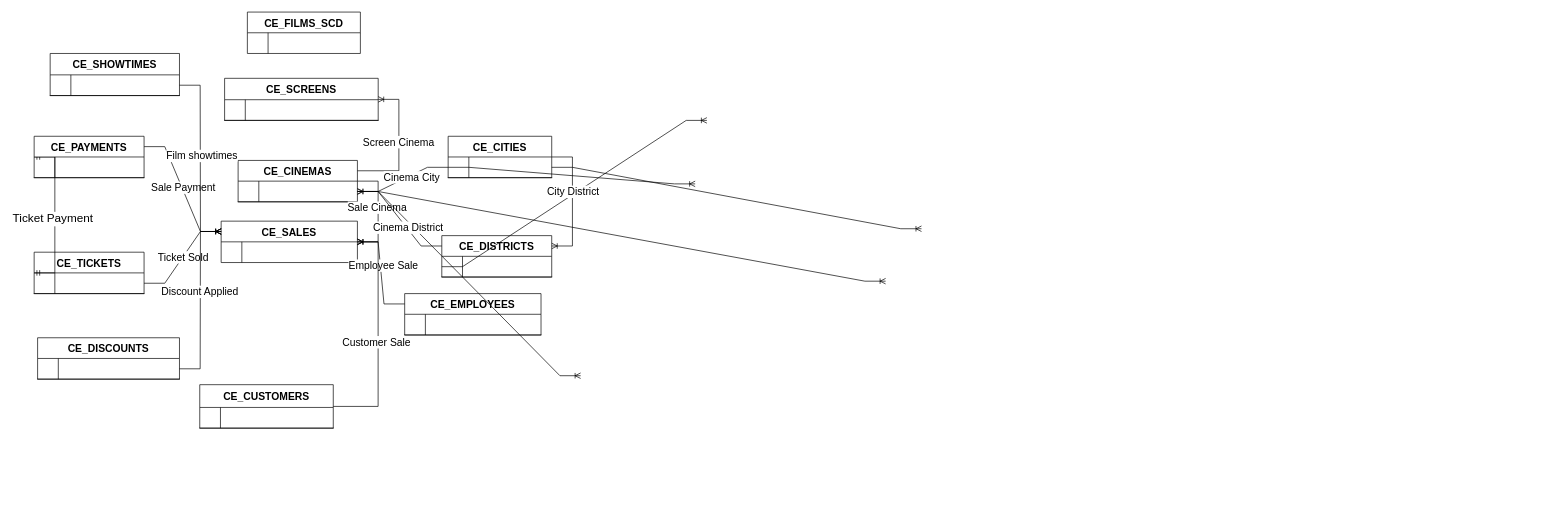
Before: Untitled Diagram.drawio in GiorgiEz/DB-modeling, a draw.io diagram. Source tidied: cells renumbered, new cells numbered last; positions are measured from the earlier drawing's top-left corner, leaving out a move shared by most shapes. Both pictures are drawn from the tidied source at 69%, with x=0, y=0 at pixel (-92, -3).
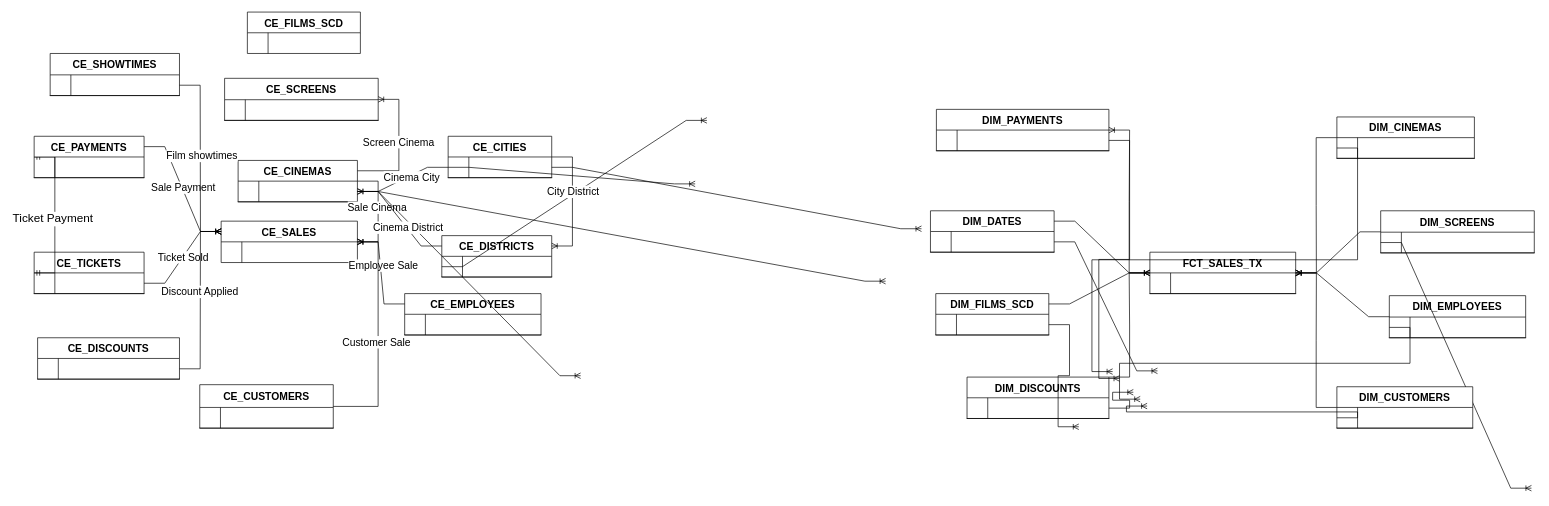
The same diagram, later.

Change to the diagram source:
```diff
@@
+    <mxCell id="79" value="DIM_FILMS_SCD" style="shape=table;startSize=30;childLayout=tableLayout;rowLines=0;fontStyle=1;align=center;fontSize=15;" parent="1" vertex="1">
+      <mxGeometry x="1488.7" y="430" width="163.8" height="60" as="geometry" />
+    </mxCell>
+    <mxCell id="80" style="shape=partialRectangle;fillColor=none;points=[[0,0.5],[1,0.5]];portConstraint=eastwest;top=0;left=0;right=0;bottom=1;" parent="79" vertex="1">
+      <mxGeometry y="30" width="163.8" height="30" as="geometry" />
+    </mxCell>
+    <mxCell id="81" style="shape=partialRectangle;overflow=hidden;fillColor=none;top=0;left=0;bottom=0;right=0;fontStyle=1;" parent="80" vertex="1">
+      <mxGeometry width="30" height="30" as="geometry" />
+    </mxCell>
+    <mxCell id="82" style="shape=partialRectangle;overflow=hidden;fillColor=none;top=0;left=0;bottom=0;right=0;align=left;spacingLeft=6;fontStyle=5;" parent="80" vertex="1">
+      <mxGeometry x="30" width="133.8" height="30" as="geometry" />
+    </mxCell>
+    <mxCell id="83" value="DIM_CINEMAS" style="shape=table;startSize=30;childLayout=tableLayout;rowLines=0;fontStyle=1;align=center;fontSize=15;" parent="1" vertex="1">
+      <mxGeometry x="2070" y="174" width="199.3" height="60" as="geometry" />
+    </mxCell>
+    <mxCell id="84" style="shape=partialRectangle;fillColor=none;points=[[0,0.5],[1,0.5]];portConstraint=eastwest;top=0;left=0;right=0;bottom=1;" parent="83" vertex="1">
+      <mxGeometry y="30" width="199.3" height="30" as="geometry" />
+    </mxCell>
+    <mxCell id="85" style="shape=partialRectangle;overflow=hidden;fillColor=none;top=0;left=0;bottom=0;right=0;fontStyle=1;" parent="84" vertex="1">
+      <mxGeometry width="30" height="30" as="geometry" />
+    </mxCell>
+    <mxCell id="86" style="shape=partialRectangle;overflow=hidden;fillColor=none;top=0;left=0;bottom=0;right=0;align=left;spacingLeft=6;fontStyle=5;" parent="84" vertex="1">
+      <mxGeometry x="30" width="169.3" height="30" as="geometry" />
+    </mxCell>
+    <mxCell id="87" value="DIM_DATES" style="shape=table;startSize=30;childLayout=tableLayout;rowLines=0;fontStyle=1;align=center;fontSize=15;" parent="1" vertex="1">
+      <mxGeometry x="1481" y="310" width="179.2" height="60" as="geometry" />
+    </mxCell>
+    <mxCell id="88" style="shape=partialRectangle;fillColor=none;points=[[0,0.5],[1,0.5]];portConstraint=eastwest;top=0;left=0;right=0;bottom=1;" parent="87" vertex="1">
+      <mxGeometry y="30" width="179.2" height="30" as="geometry" />
+    </mxCell>
+    <mxCell id="89" style="shape=partialRectangle;overflow=hidden;fillColor=none;top=0;left=0;bottom=0;right=0;fontStyle=1;" parent="88" vertex="1">
+      <mxGeometry width="30" height="30" as="geometry" />
+    </mxCell>
+    <mxCell id="90" style="shape=partialRectangle;overflow=hidden;fillColor=none;top=0;left=0;bottom=0;right=0;align=left;spacingLeft=6;fontStyle=5;" parent="88" vertex="1">
+      <mxGeometry x="30" width="149.2" height="30" as="geometry" />
+    </mxCell>
+    <mxCell id="91" value="DIM_SCREENS" style="shape=table;startSize=31;childLayout=tableLayout;rowLines=0;fontStyle=1;align=center;fontSize=15;" parent="1" vertex="1">
+      <mxGeometry x="2133.5" y="310" width="222.6" height="61" as="geometry" />
+    </mxCell>
+    <mxCell id="92" style="shape=partialRectangle;fillColor=none;points=[[0,0.5],[1,0.5]];portConstraint=eastwest;top=0;left=0;right=0;bottom=1;" parent="91" vertex="1">
+      <mxGeometry y="31" width="222.6" height="30" as="geometry" />
+    </mxCell>
+    <mxCell id="93" style="shape=partialRectangle;overflow=hidden;fillColor=none;top=0;left=0;bottom=0;right=0;fontStyle=1;" parent="92" vertex="1">
+      <mxGeometry width="30" height="30" as="geometry" />
+    </mxCell>
+    <mxCell id="94" style="shape=partialRectangle;overflow=hidden;fillColor=none;top=0;left=0;bottom=0;right=0;align=left;spacingLeft=6;fontStyle=5;" parent="92" vertex="1">
+      <mxGeometry x="30" width="192.6" height="30" as="geometry" />
+    </mxCell>
+    <mxCell id="95" value="DIM_DISCOUNTS" style="shape=table;startSize=30;childLayout=tableLayout;rowLines=0;fontStyle=1;align=center;fontSize=15;" parent="1" vertex="1">
+      <mxGeometry x="1534" y="551" width="205.6" height="60" as="geometry" />
+    </mxCell>
+    <mxCell id="96" style="shape=partialRectangle;fillColor=none;points=[[0,0.5],[1,0.5]];portConstraint=eastwest;top=0;left=0;right=0;bottom=1;" parent="95" vertex="1">
+      <mxGeometry y="30" width="205.6" height="30" as="geometry" />
+    </mxCell>
+    <mxCell id="97" style="shape=partialRectangle;overflow=hidden;fillColor=none;top=0;left=0;bottom=0;right=0;fontStyle=1;" parent="96" vertex="1">
+      <mxGeometry width="30" height="30" as="geometry" />
+    </mxCell>
+    <mxCell id="98" style="shape=partialRectangle;overflow=hidden;fillColor=none;top=0;left=0;bottom=0;right=0;align=left;spacingLeft=6;fontStyle=5;" parent="96" vertex="1">
+      <mxGeometry x="30" width="175.6" height="30" as="geometry" />
+    </mxCell>
+    <mxCell id="99" value="DIM_PAYMENTS" style="shape=table;startSize=30;childLayout=tableLayout;rowLines=0;fontStyle=1;align=center;fontSize=15;" parent="1" vertex="1">
+      <mxGeometry x="1489.6" y="163" width="250" height="60" as="geometry" />
+    </mxCell>
+    <mxCell id="100" style="shape=partialRectangle;fillColor=none;points=[[0,0.5],[1,0.5]];portConstraint=eastwest;top=0;left=0;right=0;bottom=1;" parent="99" vertex="1">
+      <mxGeometry y="30" width="250" height="30" as="geometry" />
+    </mxCell>
+    <mxCell id="101" style="shape=partialRectangle;overflow=hidden;fillColor=none;top=0;left=0;bottom=0;right=0;fontStyle=1;" parent="100" vertex="1">
+      <mxGeometry width="30" height="30" as="geometry" />
+    </mxCell>
+    <mxCell id="102" style="shape=partialRectangle;overflow=hidden;fillColor=none;top=0;left=0;bottom=0;right=0;align=left;spacingLeft=6;fontStyle=5;" parent="100" vertex="1">
+      <mxGeometry x="30" width="220" height="30" as="geometry" />
+    </mxCell>
+    <mxCell id="103" value="DIM_EMPLOYEES" style="shape=table;startSize=31;childLayout=tableLayout;rowLines=0;fontStyle=1;align=center;fontSize=15;" parent="1" vertex="1">
+      <mxGeometry x="2146" y="433" width="197.6" height="61" as="geometry" />
+    </mxCell>
+    <mxCell id="104" style="shape=partialRectangle;fillColor=none;points=[[0,0.5],[1,0.5]];portConstraint=eastwest;top=0;left=0;right=0;bottom=1;" parent="103" vertex="1">
+      <mxGeometry y="31" width="197.6" height="30" as="geometry" />
+    </mxCell>
+    <mxCell id="105" style="shape=partialRectangle;overflow=hidden;fillColor=none;top=0;left=0;bottom=0;right=0;fontStyle=1;" parent="104" vertex="1">
+      <mxGeometry width="30" height="30" as="geometry" />
+    </mxCell>
+    <mxCell id="106" style="shape=partialRectangle;overflow=hidden;fillColor=none;top=0;left=0;bottom=0;right=0;align=left;spacingLeft=6;fontStyle=5;" parent="104" vertex="1">
+      <mxGeometry x="30" width="167.6" height="30" as="geometry" />
+    </mxCell>
+    <mxCell id="107" value="FCT_SALES_TX" style="shape=table;startSize=30;childLayout=tableLayout;rowLines=0;fontStyle=1;align=center;fontSize=15;" parent="1" vertex="1">
+      <mxGeometry x="1799" y="370" width="211.3" height="60" as="geometry" />
+    </mxCell>
+    <mxCell id="108" style="shape=partialRectangle;fillColor=none;top=0;left=0;right=0;bottom=1;" parent="107" vertex="1">
+      <mxGeometry y="30" width="211.3" height="30" as="geometry" />
+    </mxCell>
+    <mxCell id="109" style="shape=partialRectangle;overflow=hidden;fillColor=none;top=0;left=0;bottom=0;right=0;fontStyle=1;" parent="108" vertex="1">
+      <mxGeometry width="30" height="30" as="geometry" />
+    </mxCell>
+    <mxCell id="110" style="shape=partialRectangle;overflow=hidden;fillColor=none;top=0;left=0;bottom=0;right=0;align=left;spacingLeft=6;fontStyle=5;" parent="108" vertex="1">
+      <mxGeometry x="30" width="181.3" height="30" as="geometry" />
+    </mxCell>
+    <mxCell id="111" style="edgeStyle=entityRelationEdgeStyle;fontSize=12;html=1;endArrow=ERoneToMany;rounded=0;exitX=1;exitY=0.5;exitDx=0;exitDy=0;" parent="1" edge="1" source="80">
+      <mxGeometry relative="1" as="geometry">
+        <mxPoint x="1696" y="623" as="targetPoint" />
+        <Array as="points">
+          <mxPoint x="1601" y="633" />
+        </Array>
+      </mxGeometry>
+    </mxCell>
+    <mxCell id="112" style="edgeStyle=entityRelationEdgeStyle;fontSize=12;html=1;endArrow=ERoneToMany;rounded=0;entryX=1;entryY=0.5;entryDx=0;entryDy=0;exitX=0;exitY=0.5;exitDx=0;exitDy=0;" parent="1" edge="1" source="84">
+      <mxGeometry relative="1" as="geometry">
+        <mxPoint x="1745" y="543" as="targetPoint" />
+        <Array as="points">
+          <mxPoint x="1611" y="643" />
+          <mxPoint x="1675" y="678" />
+          <mxPoint x="1590" y="651" />
+          <mxPoint x="1589" y="648" />
+        </Array>
+      </mxGeometry>
+    </mxCell>
+    <mxCell id="113" style="edgeStyle=entityRelationEdgeStyle;fontSize=12;html=1;endArrow=ERoneToMany;rounded=0;entryX=1;entryY=0.5;entryDx=0;entryDy=0;exitX=1;exitY=0.5;exitDx=0;exitDy=0;" parent="1" edge="1" source="100">
+      <mxGeometry relative="1" as="geometry">
+        <mxPoint x="1755" y="553" as="targetPoint" />
+        <Array as="points">
+          <mxPoint x="1621" y="653" />
+          <mxPoint x="1685" y="688" />
+          <mxPoint x="1600" y="661" />
+          <mxPoint x="1599" y="658" />
+        </Array>
+      </mxGeometry>
+    </mxCell>
+    <mxCell id="114" style="edgeStyle=entityRelationEdgeStyle;fontSize=12;html=1;endArrow=ERoneToMany;rounded=0;entryX=0;entryY=0.5;entryDx=0;entryDy=0;exitX=1;exitY=0.5;exitDx=0;exitDy=0;" parent="1" edge="1" source="96">
+      <mxGeometry relative="1" as="geometry">
+        <mxPoint x="1775" y="573" as="targetPoint" />
+        <Array as="points">
+          <mxPoint x="1641" y="673" />
+          <mxPoint x="1525" y="724" />
+          <mxPoint x="1705" y="708" />
+          <mxPoint x="1620" y="681" />
+          <mxPoint x="1619" y="678" />
+        </Array>
+      </mxGeometry>
+    </mxCell>
+    <mxCell id="115" style="edgeStyle=entityRelationEdgeStyle;fontSize=12;html=1;endArrow=ERoneToMany;rounded=0;entryX=1;entryY=0.5;entryDx=0;entryDy=0;exitX=0;exitY=0.5;exitDx=0;exitDy=0;" parent="1" edge="1" source="104">
+      <mxGeometry relative="1" as="geometry">
+        <mxPoint x="1785" y="583" as="targetPoint" />
+        <Array as="points">
+          <mxPoint x="1630" y="691" />
+          <mxPoint x="1629" y="688" />
+        </Array>
+      </mxGeometry>
+    </mxCell>
+    <mxCell id="116" style="edgeStyle=entityRelationEdgeStyle;fontSize=12;html=1;endArrow=ERoneToMany;rounded=0;entryX=1;entryY=0.5;entryDx=0;entryDy=0;exitX=0;exitY=0.5;exitDx=0;exitDy=0;" parent="1" edge="1" source="120">
+      <mxGeometry relative="1" as="geometry">
+        <mxPoint x="1795" y="593" as="targetPoint" />
+        <Array as="points">
+          <mxPoint x="1661" y="693" />
+          <mxPoint x="1725" y="728" />
+          <mxPoint x="1640" y="701" />
+          <mxPoint x="1639" y="698" />
+        </Array>
+      </mxGeometry>
+    </mxCell>
+    <mxCell id="117" style="edgeStyle=entityRelationEdgeStyle;fontSize=12;html=1;endArrow=ERoneToMany;rounded=0;entryX=1;entryY=0.5;entryDx=0;entryDy=0;exitX=0;exitY=0.5;exitDx=0;exitDy=0;" parent="1" edge="1" source="92">
+      <mxGeometry relative="1" as="geometry">
+        <mxPoint x="2352" y="712" as="targetPoint" />
+        <Array as="points">
+          <mxPoint x="1661" y="693" />
+          <mxPoint x="2511" y="678" />
+          <mxPoint x="1725" y="728" />
+          <mxPoint x="1640" y="701" />
+          <mxPoint x="1639" y="698" />
+        </Array>
+      </mxGeometry>
+    </mxCell>
+    <mxCell id="118" style="edgeStyle=entityRelationEdgeStyle;fontSize=12;html=1;endArrow=ERoneToMany;rounded=0;entryX=0;entryY=0.5;entryDx=0;entryDy=0;exitX=1;exitY=0.5;exitDx=0;exitDy=0;" parent="1" edge="1" source="88">
+      <mxGeometry relative="1" as="geometry">
+        <mxPoint x="1810" y="542" as="targetPoint" />
+        <Array as="points">
+          <mxPoint x="1611" y="643" />
+          <mxPoint x="1675" y="674" />
+          <mxPoint x="1675" y="678" />
+          <mxPoint x="1590" y="651" />
+          <mxPoint x="1589" y="648" />
+        </Array>
+      </mxGeometry>
+    </mxCell>
+    <mxCell id="119" value="DIM_CUSTOMERS" style="shape=table;startSize=30;childLayout=tableLayout;rowLines=0;fontStyle=1;align=center;fontSize=15;" parent="1" vertex="1">
+      <mxGeometry x="2070" y="565" width="196.9" height="60" as="geometry" />
+    </mxCell>
+    <mxCell id="120" style="shape=partialRectangle;fillColor=none;points=[[0,0.5],[1,0.5]];portConstraint=eastwest;top=0;left=0;right=0;bottom=1;" parent="119" vertex="1">
+      <mxGeometry y="30" width="196.9" height="30" as="geometry" />
+    </mxCell>
+    <mxCell id="121" style="shape=partialRectangle;overflow=hidden;fillColor=none;top=0;left=0;bottom=0;right=0;fontStyle=1;" parent="120" vertex="1">
+      <mxGeometry width="30" height="30" as="geometry" />
+    </mxCell>
+    <mxCell id="122" style="shape=partialRectangle;overflow=hidden;fillColor=none;top=0;left=0;bottom=0;right=0;align=left;spacingLeft=6;fontStyle=5;" parent="120" vertex="1">
+      <mxGeometry x="30" width="166.9" height="30" as="geometry" />
+    </mxCell>
+    <mxCell id="123" style="edgeStyle=entityRelationEdgeStyle;fontSize=12;html=1;endArrow=ERoneToMany;rounded=0;exitX=1;exitY=0.25;exitDx=0;exitDy=0;" parent="1" edge="1" source="87" target="107">
+      <mxGeometry relative="1" as="geometry">
+        <Array as="points">
+          <mxPoint x="233" y="480" />
+          <mxPoint x="297" y="511" />
+          <mxPoint x="297" y="515" />
+          <mxPoint x="212" y="488" />
+          <mxPoint x="211" y="485" />
+        </Array>
+      </mxGeometry>
+    </mxCell>
+    <mxCell id="124" style="edgeStyle=entityRelationEdgeStyle;fontSize=12;html=1;endArrow=ERoneToMany;rounded=0;exitX=1;exitY=0.25;exitDx=0;exitDy=0;" parent="1" edge="1" source="79" target="107">
+      <mxGeometry relative="1" as="geometry">
+        <Array as="points">
+          <mxPoint x="243" y="490" />
+          <mxPoint x="307" y="521" />
+          <mxPoint x="307" y="525" />
+          <mxPoint x="222" y="498" />
+          <mxPoint x="221" y="495" />
+        </Array>
+      </mxGeometry>
+    </mxCell>
+    <mxCell id="125" style="edgeStyle=entityRelationEdgeStyle;fontSize=12;html=1;endArrow=ERoneToMany;rounded=0;exitX=1;exitY=0;exitDx=0;exitDy=0;" parent="1" edge="1" source="95" target="107">
+      <mxGeometry relative="1" as="geometry">
+        <Array as="points">
+          <mxPoint x="253" y="500" />
+          <mxPoint x="317" y="531" />
+          <mxPoint x="317" y="535" />
+          <mxPoint x="232" y="508" />
+          <mxPoint x="231" y="505" />
+        </Array>
+      </mxGeometry>
+    </mxCell>
+    <mxCell id="126" style="edgeStyle=entityRelationEdgeStyle;fontSize=12;html=1;endArrow=ERoneToMany;rounded=0;" parent="1" edge="1" source="119" target="107">
+      <mxGeometry relative="1" as="geometry">
+        <Array as="points">
+          <mxPoint x="263" y="510" />
+          <mxPoint x="327" y="541" />
+          <mxPoint x="327" y="545" />
+          <mxPoint x="242" y="518" />
+          <mxPoint x="241" y="515" />
+        </Array>
+      </mxGeometry>
+    </mxCell>
+    <mxCell id="127" style="edgeStyle=entityRelationEdgeStyle;fontSize=12;html=1;endArrow=ERoneToMany;rounded=0;" parent="1" edge="1" source="103" target="107">
+      <mxGeometry relative="1" as="geometry">
+        <Array as="points">
+          <mxPoint x="273" y="520" />
+          <mxPoint x="337" y="551" />
+          <mxPoint x="337" y="555" />
+          <mxPoint x="252" y="528" />
+          <mxPoint x="251" y="525" />
+        </Array>
+      </mxGeometry>
+    </mxCell>
+    <mxCell id="128" style="edgeStyle=entityRelationEdgeStyle;fontSize=12;html=1;endArrow=ERoneToMany;rounded=0;" parent="1" edge="1" source="91" target="107">
+      <mxGeometry relative="1" as="geometry">
+        <Array as="points">
+          <mxPoint x="283" y="530" />
+          <mxPoint x="347" y="561" />
+          <mxPoint x="347" y="565" />
+          <mxPoint x="262" y="538" />
+          <mxPoint x="261" y="535" />
+        </Array>
+      </mxGeometry>
+    </mxCell>
+    <mxCell id="129" style="edgeStyle=entityRelationEdgeStyle;fontSize=12;html=1;endArrow=ERoneToMany;rounded=0;" parent="1" edge="1" source="107" target="99">
+      <mxGeometry relative="1" as="geometry">
+        <Array as="points">
+          <mxPoint x="293" y="540" />
+          <mxPoint x="357" y="571" />
+          <mxPoint x="357" y="575" />
+          <mxPoint x="272" y="548" />
+          <mxPoint x="271" y="545" />
+        </Array>
+      </mxGeometry>
+    </mxCell>
+    <mxCell id="130" style="edgeStyle=entityRelationEdgeStyle;fontSize=12;html=1;endArrow=ERoneToMany;rounded=0;" parent="1" edge="1" source="83" target="107">
+      <mxGeometry relative="1" as="geometry">
+        <Array as="points">
+          <mxPoint x="303" y="550" />
+          <mxPoint x="367" y="581" />
+          <mxPoint x="367" y="585" />
+          <mxPoint x="282" y="558" />
+          <mxPoint x="281" y="555" />
+        </Array>
+      </mxGeometry>
+    </mxCell>
```
